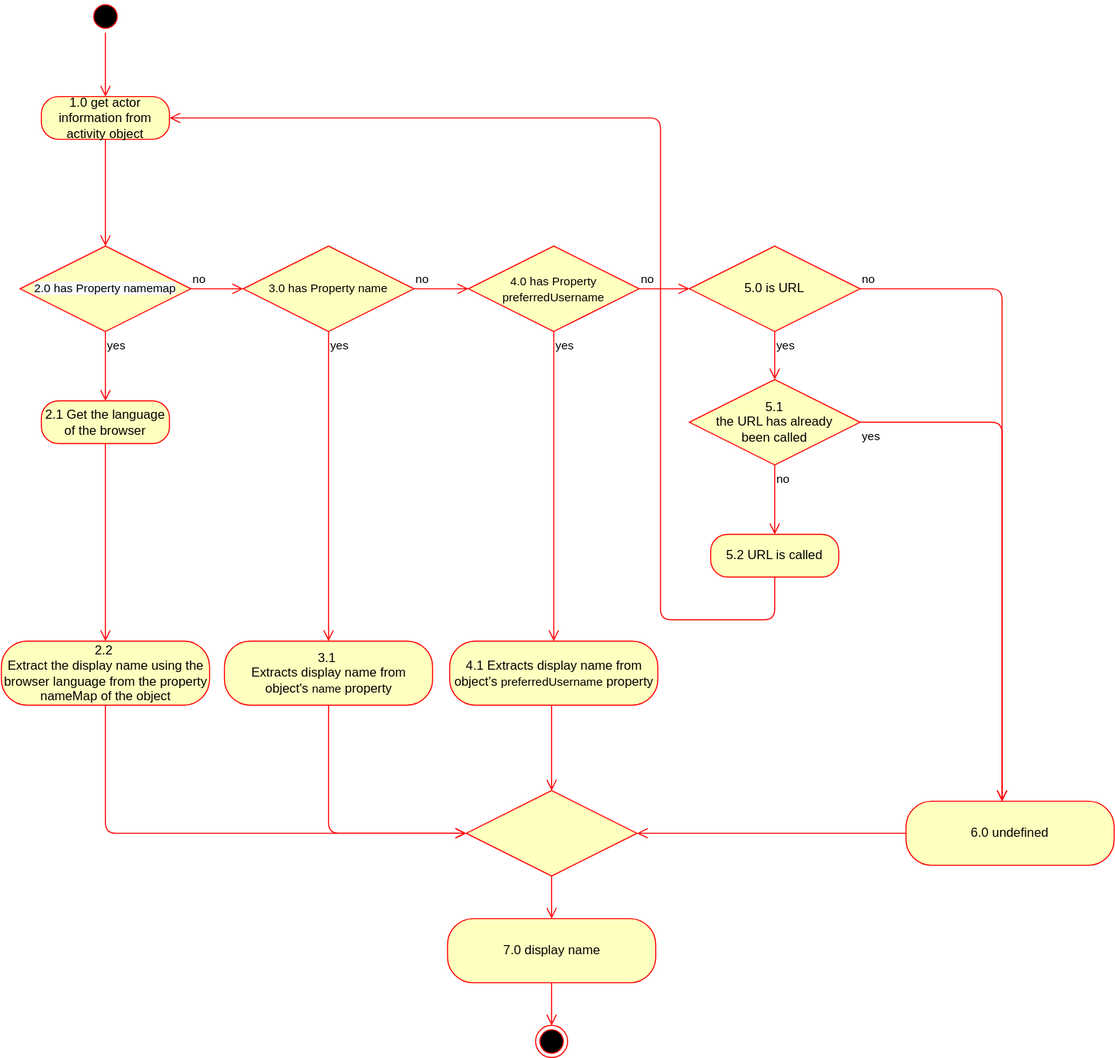
This is documents/diagrams/pull-out-actors-add-name-1.svg from mitra-social/docs, a draw.io export, as it was before one commit. Source tidied: cells renumbered, new cells last; positions are measured from the earlier drawing's top-left corner, leaving out a move shared by most shapes.
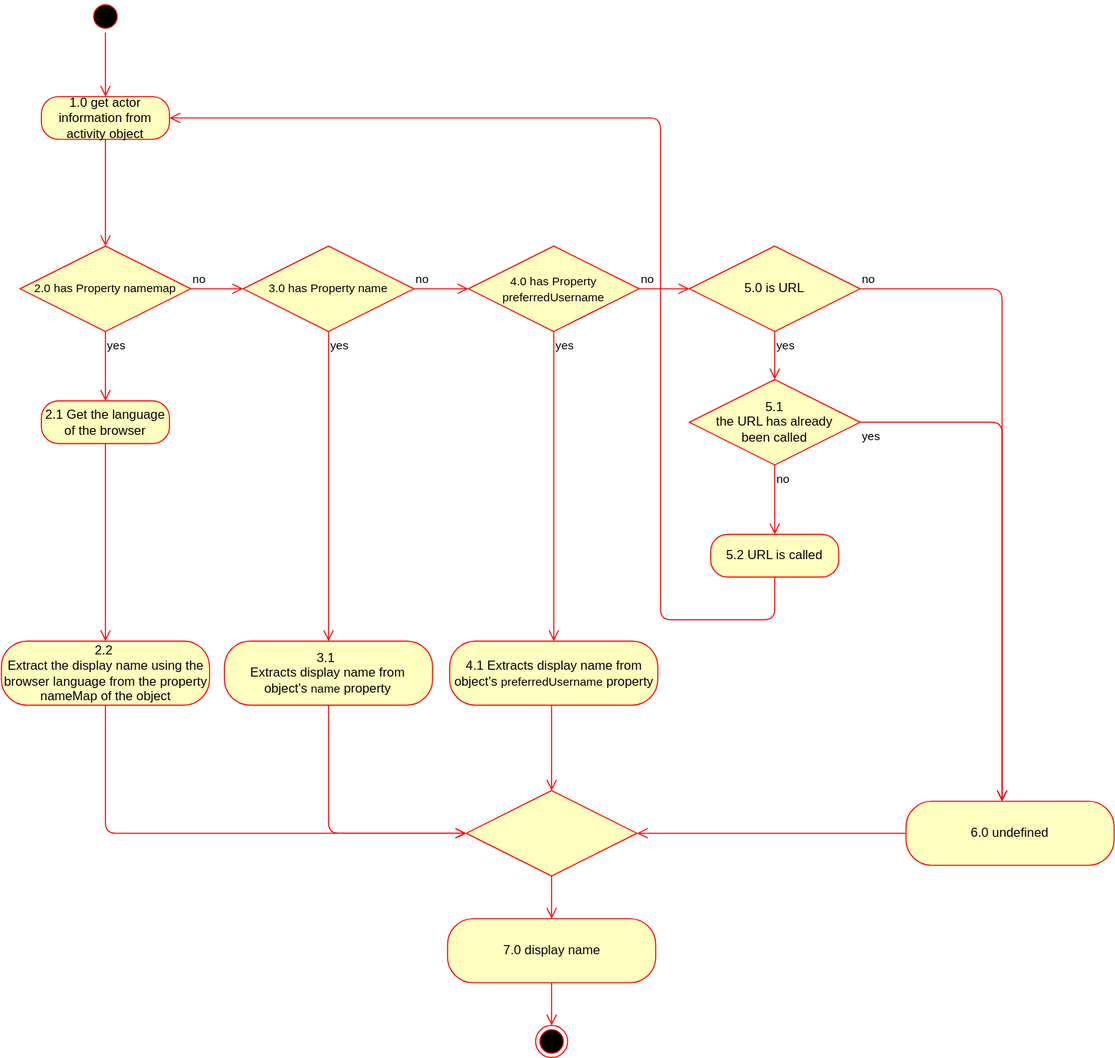
The same diagram one commit later.

Commit message:
Update activity diagramm

The edit, as a diff of the source:
```diff
@@ -14,7 +14,7 @@
     <mxCell id="5" style="edgeStyle=orthogonalEdgeStyle;html=1;verticalAlign=bottom;endArrow=open;endSize=8;strokeColor=#ff0000;" parent="1" edge="1" source="4" target="6">
       <mxGeometry relative="1" as="geometry" />
     </mxCell>
-    <mxCell id="6" value="&lt;span style=&quot;color: rgb(0 , 0 , 0) ; font-family: &amp;#34;helvetica&amp;#34; ; font-size: 11px ; font-style: normal ; font-weight: 400 ; letter-spacing: normal ; text-align: center ; text-indent: 0px ; text-transform: none ; word-spacing: 0px ; background-color: rgb(248 , 249 , 250) ; display: inline ; float: none&quot;&gt;2.0 has Property namemap&lt;/span&gt;" style="rhombus;whiteSpace=wrap;html=1;fillColor=#ffffc0;strokeColor=#ff0000;flipH=1;flipV=1;" parent="1" vertex="1">
+    <mxCell id="6" value="&lt;span style=&quot;color: rgb(0 , 0 , 0) ; font-family: &amp;#34;helvetica&amp;#34; ; font-size: 11px ; font-style: normal ; font-weight: 400 ; letter-spacing: normal ; text-align: center ; text-indent: 0px ; text-transform: none ; word-spacing: 0px ; display: inline ; float: none&quot;&gt;2.0 has Property namemap&lt;/span&gt;" style="rhombus;whiteSpace=wrap;html=1;fillColor=#ffffc0;strokeColor=#ff0000;flipH=1;flipV=1;" parent="1" vertex="1">
       <mxGeometry x="18" y="230" width="160" height="80" as="geometry" />
     </mxCell>
     <mxCell id="7" value="no" style="edgeStyle=orthogonalEdgeStyle;html=1;align=left;verticalAlign=bottom;endArrow=open;endSize=8;strokeColor=#ff0000;" parent="1" edge="1" source="6" target="9">
```
